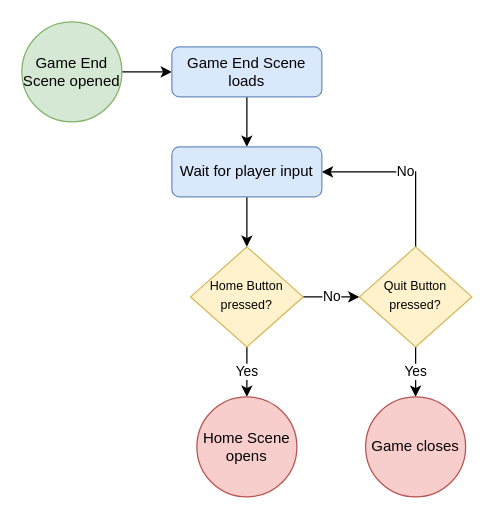
The draw.io diagram Design/GameEndFlow.drawio in zkturman/TiltaPong, before the edit. Source tidied: cells renumbered, new cells numbered last; positions are measured from the earlier drawing's top-left corner, leaving out a move shared by most shapes. Both pictures are drawn from the tidied source at 125%, with x=0, y=0 at pixel (21, 21).
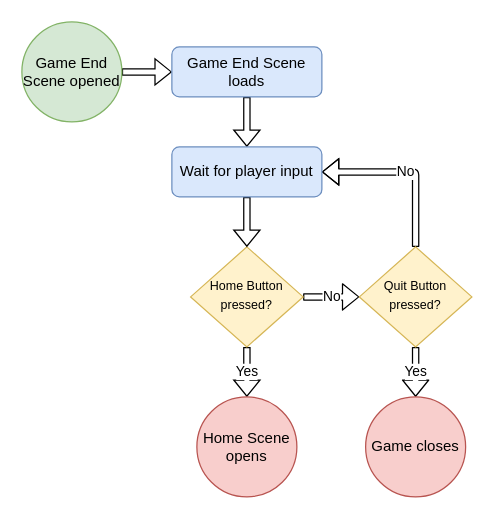
The same page after the edit.

What changed in the source:
```diff
@@
 <mxGraphModel>
   <root>
     <mxCell id="0" />
     <mxCell id="1" parent="0" />
-    <mxCell id="2" value="No" style="edgeStyle=orthogonalEdgeStyle;rounded=0;jettySize=auto;html=1;exitX=1;exitY=0.5;exitDx=0;exitDy=0;entryX=0;entryY=0.5;entryDx=0;entryDy=0;" parent="1" edge="1" source="4" target="9">
+    <mxCell id="2" value="No" style="edgeStyle=orthogonalEdgeStyle;rounded=1;jettySize=auto;html=1;exitX=1;exitY=0.5;exitDx=0;exitDy=0;entryX=0;entryY=0.5;entryDx=0;entryDy=0;shape=flexArrow;endSize=4;fillColor=default;endWidth=15;width=5;" parent="1" edge="1" source="4" target="9">
       <mxGeometry relative="1" as="geometry" />
     </mxCell>
-    <mxCell id="3" value="Yes" style="edgeStyle=orthogonalEdgeStyle;rounded=0;jettySize=auto;html=1;exitX=0.5;exitY=1;exitDx=0;exitDy=0;entryX=0.5;entryY=0;entryDx=0;entryDy=0;" parent="1" edge="1" source="4" target="13">
+    <mxCell id="3" value="Yes" style="edgeStyle=orthogonalEdgeStyle;rounded=0;jettySize=auto;html=1;exitX=0.5;exitY=1;exitDx=0;exitDy=0;entryX=0.5;entryY=0;entryDx=0;entryDy=0;shape=flexArrow;endSize=4;fillColor=default;width=5;endWidth=15;" parent="1" edge="1" source="4" target="13">
       <mxGeometry relative="1" as="geometry" />
     </mxCell>
     <mxCell id="4" value="&lt;span style=&quot;font-size: 10px&quot;&gt;Home Button pressed?&lt;/span&gt;" style="rhombus;whiteSpace=wrap;html=1;shadow=0;fontFamily=Helvetica;fontSize=12;align=center;strokeWidth=1;spacing=6;spacingTop=-4;fillColor=#fff2cc;strokeColor=#d6b656;" parent="1" vertex="1">
       <mxGeometry x="135" y="180" width="90" height="80" as="geometry" />
     </mxCell>
-    <mxCell id="5" style="edgeStyle=orthogonalEdgeStyle;rounded=0;jettySize=auto;html=1;exitX=1;exitY=0.5;exitDx=0;exitDy=0;" parent="1" edge="1" source="6" target="11">
+    <mxCell id="5" style="edgeStyle=orthogonalEdgeStyle;rounded=0;jettySize=auto;html=1;exitX=1;exitY=0.5;exitDx=0;exitDy=0;shape=flexArrow;endSize=4;fillColor=default;endWidth=15;startWidth=20;width=5;" parent="1" edge="1" source="6" target="11">
       <mxGeometry relative="1" as="geometry" />
     </mxCell>
     <mxCell id="6" value="Game End Scene opened" style="ellipse;whiteSpace=wrap;html=1;fillColor=#d5e8d4;strokeColor=#82b366;" parent="1" vertex="1">
       <mxGeometry width="80" height="80" as="geometry" />
     </mxCell>
-    <mxCell id="7" value="Yes" style="edgeStyle=orthogonalEdgeStyle;rounded=0;jettySize=auto;html=1;exitX=0.5;exitY=1;exitDx=0;exitDy=0;entryX=0.5;entryY=0;entryDx=0;entryDy=0;" parent="1" edge="1" source="9" target="12">
+    <mxCell id="7" value="Yes" style="edgeStyle=orthogonalEdgeStyle;rounded=1;jettySize=auto;html=1;exitX=0.5;exitY=1;exitDx=0;exitDy=0;entryX=0.5;entryY=0;entryDx=0;entryDy=0;shape=flexArrow;endSize=4;fillColor=default;endWidth=15;width=5;" parent="1" edge="1" source="9" target="12">
       <mxGeometry relative="1" as="geometry" />
     </mxCell>
-    <mxCell id="8" value="No" style="edgeStyle=orthogonalEdgeStyle;rounded=0;jettySize=auto;html=1;exitX=0.5;exitY=0;exitDx=0;exitDy=0;entryX=1;entryY=0.5;entryDx=0;entryDy=0;" parent="1" edge="1" source="9" target="15">
+    <mxCell id="8" value="No" style="edgeStyle=orthogonalEdgeStyle;rounded=1;jettySize=auto;html=1;exitX=0.5;exitY=0;exitDx=0;exitDy=0;entryX=1;entryY=0.5;entryDx=0;entryDy=0;shape=flexArrow;endSize=4;fillColor=default;width=5;endWidth=15;" parent="1" edge="1" source="9" target="15">
       <mxGeometry relative="1" as="geometry" />
     </mxCell>
     <mxCell id="9" value="&lt;span style=&quot;font-size: 10px&quot;&gt;Quit Button pressed?&lt;/span&gt;" style="rhombus;whiteSpace=wrap;html=1;shadow=0;fontFamily=Helvetica;fontSize=12;align=center;strokeWidth=1;spacing=6;spacingTop=-4;fillColor=#fff2cc;strokeColor=#d6b656;" parent="1" vertex="1">
       <mxGeometry x="270" y="180" width="90" height="80" as="geometry" />
     </mxCell>
-    <mxCell id="10" style="edgeStyle=orthogonalEdgeStyle;rounded=0;jettySize=auto;html=1;exitX=0.5;exitY=1;exitDx=0;exitDy=0;" parent="1" edge="1" source="11" target="15">
+    <mxCell id="10" style="edgeStyle=orthogonalEdgeStyle;rounded=0;jettySize=auto;html=1;exitX=0.5;exitY=1;exitDx=0;exitDy=0;fillColor=default;shape=flexArrow;endSize=4;width=5;endWidth=15;" parent="1" edge="1" source="11" target="15">
       <mxGeometry relative="1" as="geometry" />
     </mxCell>
     <mxCell id="11" value="Game End Scene loads" style="rounded=1;whiteSpace=wrap;html=1;fillColor=#dae8fc;strokeColor=#6c8ebf;" parent="1" vertex="1">
       <mxGeometry x="120" y="20" width="120" height="40" as="geometry" />
     </mxCell>
     <mxCell id="12" value="Game closes" style="ellipse;whiteSpace=wrap;html=1;fillColor=#f8cecc;strokeColor=#b85450;" parent="1" vertex="1">
       <mxGeometry x="275" y="300" width="80" height="80" as="geometry" />
     </mxCell>
     <mxCell id="13" value="Home Scene opens" style="ellipse;whiteSpace=wrap;html=1;fillColor=#f8cecc;strokeColor=#b85450;" parent="1" vertex="1">
       <mxGeometry x="140" y="300" width="80" height="80" as="geometry" />
     </mxCell>
-    <mxCell id="14" style="edgeStyle=orthogonalEdgeStyle;rounded=0;jettySize=auto;html=1;exitX=0.5;exitY=1;exitDx=0;exitDy=0;entryX=0.5;entryY=0;entryDx=0;entryDy=0;" parent="1" edge="1" source="15" target="4">
+    <mxCell id="14" style="edgeStyle=orthogonalEdgeStyle;rounded=0;jettySize=auto;html=1;exitX=0.5;exitY=1;exitDx=0;exitDy=0;entryX=0.5;entryY=0;entryDx=0;entryDy=0;shape=flexArrow;endSize=4;fillColor=default;width=5;endWidth=15;" parent="1" edge="1" source="15" target="4">
       <mxGeometry relative="1" as="geometry" />
     </mxCell>
     <mxCell id="15" value="Wait for player input" style="rounded=1;whiteSpace=wrap;html=1;fillColor=#dae8fc;strokeColor=#6c8ebf;" parent="1" vertex="1">
       <mxGeometry x="120" y="100" width="120" height="40" as="geometry" />
     </mxCell>
   </root>
 </mxGraphModel>
```
